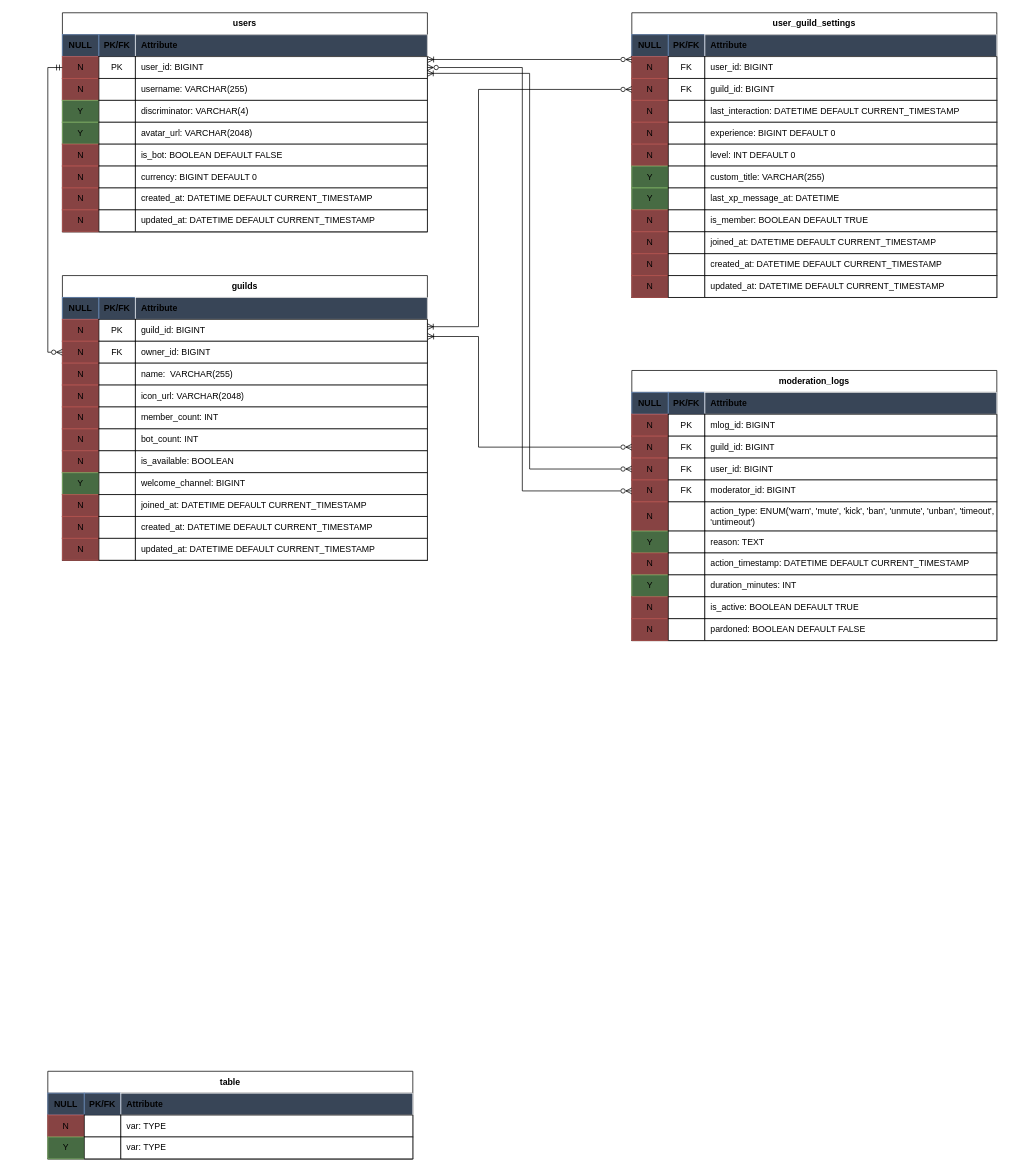
Before: database/diagram.drawio in DeprecatedLogic/shirayume, a draw.io diagram. Source tidied: cells renumbered, new cells numbered last; positions are measured from the earlier drawing's top-left corner, leaving out a move shared by most shapes. Both pictures are drawn from the tidied source at 73%, with x=0, y=0 at pixel (47, 12).
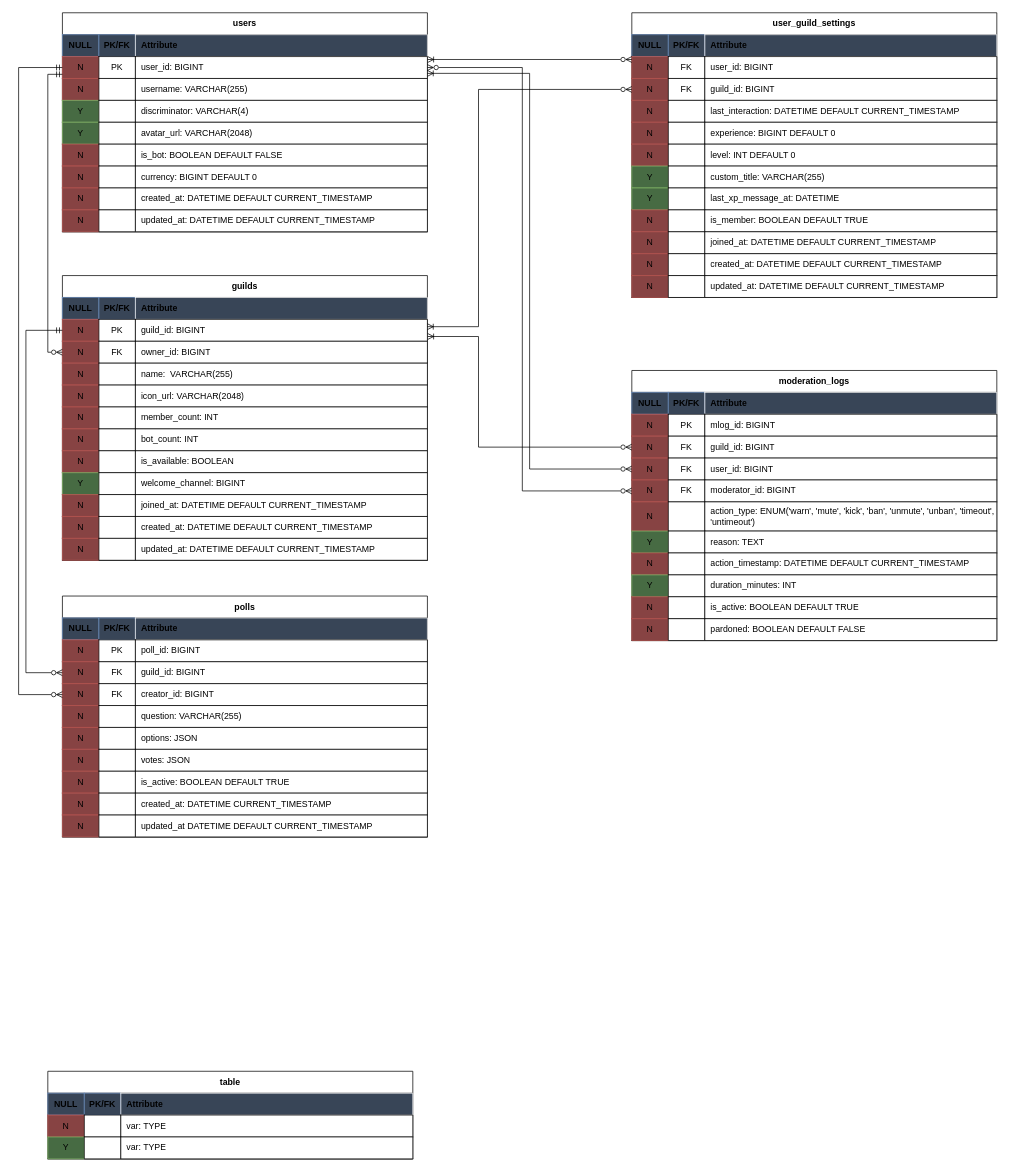
After the change.

Commit message (it also covers changes not shown here):
feat(database): implement polls

The change refers to these unchanged cells:
```xml
<mxCell id="7" style="shape=tableRow;horizontal=0;startSize=0;swimlaneHead=0;swimlaneBody=0;points=[[0,0.5],[1,0.5]];portConstraint=eastwest;top=0;left=0;right=0;bottom=1;html=1;fillColor=none;" parent="2" vertex="1">
  <mxGeometry y="60" width="500" height="30" as="geometry" />
</mxCell>
<mxCell id="44" style="shape=tableRow;horizontal=0;startSize=0;swimlaneHead=0;swimlaneBody=0;points=[[0,0.5],[1,0.5]];portConstraint=eastwest;top=0;left=0;right=0;bottom=1;html=1;fillColor=none;" parent="39" vertex="1">
  <mxGeometry y="60" width="500" height="30" as="geometry" />
</mxCell>
<mxCell id="48" style="shape=tableRow;horizontal=0;startSize=0;swimlaneHead=0;swimlaneBody=0;points=[[0,0.5],[1,0.5]];portConstraint=eastwest;top=0;left=0;right=0;bottom=1;html=1;fillColor=none;" parent="39" vertex="1">
  <mxGeometry y="90" width="500" height="30" as="geometry" />
</mxCell>
```

The edit, as a diff of the source:
```diff
@@
-    <mxCell id="199" style="edgeStyle=orthogonalEdgeStyle;rounded=0;jettySize=auto;html=1;exitX=0;exitY=0.5;exitDx=0;exitDy=0;entryX=0;entryY=0.5;entryDx=0;entryDy=0;endArrow=ERmandOne;endFill=0;startArrow=ERzeroToMany;startFill=0;" parent="1" edge="1" source="48" target="7">
+    <mxCell id="199" style="edgeStyle=orthogonalEdgeStyle;rounded=0;jettySize=auto;html=1;exitX=0;exitY=0.5;exitDx=0;exitDy=0;entryX=0;entryY=0.811;entryDx=0;entryDy=0;endArrow=ERmandOne;endFill=0;startArrow=ERzeroToMany;startFill=0;entryPerimeter=0;" parent="1" edge="1" source="48" target="7">
       <mxGeometry relative="1" as="geometry" />
     </mxCell>
@@
+    <mxCell id="201" value="polls" style="shape=table;startSize=30;childLayout=tableLayout;rowLines=0;fontStyle=1;align=center;html=1;whiteSpace=wrap;fillColor=light-dark(#FFFFFF,#36486B);" parent="1" vertex="1">
+      <mxGeometry x="20" y="799" width="500" height="330" as="geometry" />
+    </mxCell>
+    <mxCell id="202" style="shape=tableRow;horizontal=0;startSize=0;swimlaneHead=0;swimlaneBody=0;top=0;left=0;right=0;bottom=0;html=1;fillColor=none;" parent="201" vertex="1">
+      <mxGeometry y="30" width="500" height="30" as="geometry" />
+    </mxCell>
+    <mxCell id="203" value="NULL" style="shape=partialRectangle;top=1;left=1;bottom=1;right=1;fontStyle=1;overflow=hidden;html=1;whiteSpace=wrap;fillColor=light-dark(#384557,#384557);strokeColor=light-dark(#6C8EBF,#FFFFFF);" parent="202" vertex="1">
+      <mxGeometry width="50" height="30" as="geometry" />
+    </mxCell>
+    <mxCell id="204" value="PK/FK" style="shape=partialRectangle;top=1;left=1;bottom=1;right=1;fontStyle=1;overflow=hidden;html=1;whiteSpace=wrap;fillColor=light-dark(#384557,#384557);strokeColor=light-dark(#6C8EBF,#FFFFFF);" parent="202" vertex="1">
+      <mxGeometry x="50" width="50" height="30" as="geometry" />
+    </mxCell>
+    <mxCell id="205" value="Attribute" style="shape=partialRectangle;top=1;left=1;bottom=1;right=1;align=left;spacingLeft=6;fontStyle=1;overflow=hidden;html=1;whiteSpace=wrap;fillColor=light-dark(#384557,#384557);strokeColor=#FFFFFF;" parent="202" vertex="1">
+      <mxGeometry x="100" width="400" height="30" as="geometry" />
+    </mxCell>
+    <mxCell id="206" style="shape=tableRow;horizontal=0;startSize=0;swimlaneHead=0;swimlaneBody=0;top=0;left=0;right=0;bottom=1;html=1;fillColor=none;" parent="201" vertex="1">
+      <mxGeometry y="60" width="500" height="30" as="geometry" />
+    </mxCell>
+    <mxCell id="207" value="N" style="shape=partialRectangle;top=1;left=1;bottom=1;right=1;fontStyle=0;overflow=hidden;html=1;whiteSpace=wrap;fillColor=light-dark(#874343,#874343);strokeColor=#b85450;fillStyle=auto;" parent="206" vertex="1">
+      <mxGeometry width="50" height="30" as="geometry" />
+    </mxCell>
+    <mxCell id="208" value="PK" style="shape=partialRectangle;top=1;left=1;bottom=1;right=1;fontStyle=0;overflow=hidden;html=1;whiteSpace=wrap;fillColor=default;" parent="206" vertex="1">
+      <mxGeometry x="50" width="50" height="30" as="geometry" />
+    </mxCell>
+    <mxCell id="209" value="poll_id: BIGINT" style="shape=partialRectangle;top=1;left=1;bottom=1;right=1;align=left;spacingLeft=6;fontStyle=0;overflow=hidden;html=1;whiteSpace=wrap;fillColor=default;" parent="206" vertex="1">
+      <mxGeometry x="100" width="400" height="30" as="geometry" />
+    </mxCell>
+    <mxCell id="210" style="shape=tableRow;horizontal=0;startSize=0;swimlaneHead=0;swimlaneBody=0;points=[[0,0.5],[1,0.5]];portConstraint=eastwest;top=0;left=0;right=0;bottom=1;html=1;fillColor=none;" parent="201" vertex="1">
+      <mxGeometry y="90" width="500" height="30" as="geometry" />
+    </mxCell>
+    <mxCell id="211" value="N" style="shape=partialRectangle;top=1;left=1;bottom=1;right=1;fontStyle=0;overflow=hidden;html=1;whiteSpace=wrap;fillColor=light-dark(#874343,#874343);strokeColor=#b85450;fillStyle=auto;" parent="210" vertex="1">
+      <mxGeometry width="50" height="30" as="geometry" />
+    </mxCell>
+    <mxCell id="212" value="FK" style="shape=partialRectangle;top=1;left=1;bottom=1;right=1;fontStyle=0;overflow=hidden;html=1;whiteSpace=wrap;fillColor=default;" parent="210" vertex="1">
+      <mxGeometry x="50" width="50" height="30" as="geometry" />
+    </mxCell>
+    <mxCell id="213" value="guild_id: BIGINT" style="shape=partialRectangle;top=1;left=1;bottom=1;right=1;align=left;spacingLeft=6;fontStyle=0;overflow=hidden;html=1;whiteSpace=wrap;fillColor=default;" parent="210" vertex="1">
+      <mxGeometry x="100" width="400" height="30" as="geometry" />
+    </mxCell>
+    <mxCell id="214" style="shape=tableRow;horizontal=0;startSize=0;swimlaneHead=0;swimlaneBody=0;points=[[0,0.5],[1,0.5]];portConstraint=eastwest;top=0;left=0;right=0;bottom=1;html=1;fillColor=none;" parent="201" vertex="1">
+      <mxGeometry y="120" width="500" height="30" as="geometry" />
+    </mxCell>
+    <mxCell id="215" value="N" style="shape=partialRectangle;top=1;left=1;bottom=1;right=1;fontStyle=0;overflow=hidden;html=1;whiteSpace=wrap;fillColor=light-dark(#874343,#874343);strokeColor=#b85450;fillStyle=auto;" parent="214" vertex="1">
+      <mxGeometry width="50" height="30" as="geometry" />
+    </mxCell>
+    <mxCell id="216" value="FK" style="shape=partialRectangle;top=1;left=1;bottom=1;right=1;fontStyle=0;overflow=hidden;html=1;whiteSpace=wrap;fillColor=default;" parent="214" vertex="1">
+      <mxGeometry x="50" width="50" height="30" as="geometry" />
+    </mxCell>
+    <mxCell id="217" value="creator_id: BIGINT" style="shape=partialRectangle;top=1;left=1;bottom=1;right=1;align=left;spacingLeft=6;fontStyle=0;overflow=hidden;html=1;whiteSpace=wrap;fillColor=default;" parent="214" vertex="1">
+      <mxGeometry x="100" width="400" height="30" as="geometry" />
+    </mxCell>
+    <mxCell id="218" style="shape=tableRow;horizontal=0;startSize=0;swimlaneHead=0;swimlaneBody=0;top=0;left=0;right=0;bottom=1;html=1;fillColor=none;" parent="201" vertex="1">
+      <mxGeometry y="150" width="500" height="30" as="geometry" />
+    </mxCell>
+    <mxCell id="219" value="N" style="shape=partialRectangle;top=1;left=1;bottom=1;right=1;fontStyle=0;overflow=hidden;html=1;whiteSpace=wrap;fillColor=light-dark(#874343,#874343);strokeColor=#b85450;fillStyle=auto;" parent="218" vertex="1">
+      <mxGeometry width="50" height="30" as="geometry" />
+    </mxCell>
+    <mxCell id="220" style="shape=partialRectangle;top=1;left=1;bottom=1;right=1;fontStyle=0;overflow=hidden;html=1;whiteSpace=wrap;fillColor=default;" parent="218" vertex="1">
+      <mxGeometry x="50" width="50" height="30" as="geometry" />
+    </mxCell>
+    <mxCell id="221" value="question: VARCHAR(255)" style="shape=partialRectangle;top=1;left=1;bottom=1;right=1;align=left;spacingLeft=6;fontStyle=0;overflow=hidden;html=1;whiteSpace=wrap;fillColor=default;" parent="218" vertex="1">
+      <mxGeometry x="100" width="400" height="30" as="geometry" />
+    </mxCell>
+    <mxCell id="222" style="shape=tableRow;horizontal=0;startSize=0;swimlaneHead=0;swimlaneBody=0;top=0;left=0;right=0;bottom=1;html=1;fillColor=none;" parent="201" vertex="1">
+      <mxGeometry y="180" width="500" height="30" as="geometry" />
+    </mxCell>
+    <mxCell id="223" value="N" style="shape=partialRectangle;top=1;left=1;bottom=1;right=1;fontStyle=0;overflow=hidden;html=1;whiteSpace=wrap;fillColor=light-dark(#874343,#874343);strokeColor=#b85450;fillStyle=auto;" parent="222" vertex="1">
+      <mxGeometry width="50" height="30" as="geometry" />
+    </mxCell>
+    <mxCell id="224" style="shape=partialRectangle;top=1;left=1;bottom=1;right=1;fontStyle=0;overflow=hidden;html=1;whiteSpace=wrap;fillColor=default;" parent="222" vertex="1">
+      <mxGeometry x="50" width="50" height="30" as="geometry" />
+    </mxCell>
+    <mxCell id="225" value="options: JSON" style="shape=partialRectangle;top=1;left=1;bottom=1;right=1;align=left;spacingLeft=6;fontStyle=0;overflow=hidden;html=1;whiteSpace=wrap;fillColor=default;" parent="222" vertex="1">
+      <mxGeometry x="100" width="400" height="30" as="geometry" />
+    </mxCell>
+    <mxCell id="226" style="shape=tableRow;horizontal=0;startSize=0;swimlaneHead=0;swimlaneBody=0;top=0;left=0;right=0;bottom=1;html=1;fillColor=none;" parent="201" vertex="1">
+      <mxGeometry y="210" width="500" height="30" as="geometry" />
+    </mxCell>
+    <mxCell id="227" value="N" style="shape=partialRectangle;top=1;left=1;bottom=1;right=1;fontStyle=0;overflow=hidden;html=1;whiteSpace=wrap;fillColor=light-dark(#874343,#874343);strokeColor=#b85450;fillStyle=auto;" parent="226" vertex="1">
+      <mxGeometry width="50" height="30" as="geometry" />
+    </mxCell>
+    <mxCell id="228" style="shape=partialRectangle;top=1;left=1;bottom=1;right=1;fontStyle=0;overflow=hidden;html=1;whiteSpace=wrap;fillColor=default;" parent="226" vertex="1">
+      <mxGeometry x="50" width="50" height="30" as="geometry" />
+    </mxCell>
+    <mxCell id="229" value="votes: JSON" style="shape=partialRectangle;top=1;left=1;bottom=1;right=1;align=left;spacingLeft=6;fontStyle=0;overflow=hidden;html=1;whiteSpace=wrap;fillColor=default;" parent="226" vertex="1">
+      <mxGeometry x="100" width="400" height="30" as="geometry" />
+    </mxCell>
+    <mxCell id="230" style="shape=tableRow;horizontal=0;startSize=0;swimlaneHead=0;swimlaneBody=0;top=0;left=0;right=0;bottom=1;html=1;fillColor=none;" parent="201" vertex="1">
+      <mxGeometry y="240" width="500" height="30" as="geometry" />
+    </mxCell>
+    <mxCell id="231" value="N" style="shape=partialRectangle;top=1;left=1;bottom=1;right=1;fontStyle=0;overflow=hidden;html=1;whiteSpace=wrap;fillColor=light-dark(#874343,#874343);strokeColor=#b85450;fillStyle=auto;" parent="230" vertex="1">
+      <mxGeometry width="50" height="30" as="geometry" />
+    </mxCell>
+    <mxCell id="232" style="shape=partialRectangle;top=1;left=1;bottom=1;right=1;fontStyle=0;overflow=hidden;html=1;whiteSpace=wrap;fillColor=default;" parent="230" vertex="1">
+      <mxGeometry x="50" width="50" height="30" as="geometry" />
+    </mxCell>
+    <mxCell id="233" value="is_active: BOOLEAN DEFAULT TRUE" style="shape=partialRectangle;top=1;left=1;bottom=1;right=1;align=left;spacingLeft=6;fontStyle=0;overflow=hidden;html=1;whiteSpace=wrap;fillColor=default;" parent="230" vertex="1">
+      <mxGeometry x="100" width="400" height="30" as="geometry" />
+    </mxCell>
+    <mxCell id="234" style="shape=tableRow;horizontal=0;startSize=0;swimlaneHead=0;swimlaneBody=0;top=0;left=0;right=0;bottom=1;html=1;fillColor=none;" parent="201" vertex="1">
+      <mxGeometry y="270" width="500" height="30" as="geometry" />
+    </mxCell>
+    <mxCell id="235" value="N" style="shape=partialRectangle;top=1;left=1;bottom=1;right=1;fontStyle=0;overflow=hidden;html=1;whiteSpace=wrap;fillColor=light-dark(#874343,#874343);strokeColor=#b85450;fillStyle=auto;" parent="234" vertex="1">
+      <mxGeometry width="50" height="30" as="geometry" />
+    </mxCell>
+    <mxCell id="236" style="shape=partialRectangle;top=1;left=1;bottom=1;right=1;fontStyle=0;overflow=hidden;html=1;whiteSpace=wrap;fillColor=default;" parent="234" vertex="1">
+      <mxGeometry x="50" width="50" height="30" as="geometry" />
+    </mxCell>
+    <mxCell id="237" value="created_at: DATETIME CURRENT_TIMESTAMP" style="shape=partialRectangle;top=1;left=1;bottom=1;right=1;align=left;spacingLeft=6;fontStyle=0;overflow=hidden;html=1;whiteSpace=wrap;fillColor=default;" parent="234" vertex="1">
+      <mxGeometry x="100" width="400" height="30" as="geometry" />
+    </mxCell>
+    <mxCell id="238" style="shape=tableRow;horizontal=0;startSize=0;swimlaneHead=0;swimlaneBody=0;top=0;left=0;right=0;bottom=1;html=1;fillColor=none;" parent="201" vertex="1">
+      <mxGeometry y="300" width="500" height="30" as="geometry" />
+    </mxCell>
+    <mxCell id="239" value="N" style="shape=partialRectangle;top=1;left=1;bottom=1;right=1;fontStyle=0;overflow=hidden;html=1;whiteSpace=wrap;fillColor=light-dark(#874343,#874343);strokeColor=#b85450;fillStyle=auto;" parent="238" vertex="1">
+      <mxGeometry width="50" height="30" as="geometry" />
+    </mxCell>
+    <mxCell id="240" style="shape=partialRectangle;top=1;left=1;bottom=1;right=1;fontStyle=0;overflow=hidden;html=1;whiteSpace=wrap;fillColor=default;" parent="238" vertex="1">
+      <mxGeometry x="50" width="50" height="30" as="geometry" />
+    </mxCell>
+    <mxCell id="241" value="updated_at DATETIME DEFAULT CURRENT_TIMESTAMP" style="shape=partialRectangle;top=1;left=1;bottom=1;right=1;align=left;spacingLeft=6;fontStyle=0;overflow=hidden;html=1;whiteSpace=wrap;fillColor=default;" parent="238" vertex="1">
+      <mxGeometry x="100" width="400" height="30" as="geometry" />
+    </mxCell>
+    <mxCell id="242" style="edgeStyle=orthogonalEdgeStyle;rounded=0;jettySize=auto;html=1;exitX=0;exitY=0.5;exitDx=0;exitDy=0;entryX=0;entryY=0.5;entryDx=0;entryDy=0;endArrow=ERmandOne;endFill=0;startArrow=ERzeroToMany;startFill=0;" parent="1" edge="1" source="210" target="44">
+      <mxGeometry relative="1" as="geometry">
+        <Array as="points">
+          <mxPoint x="-30" y="904" />
+          <mxPoint x="-30" y="435" />
+        </Array>
+      </mxGeometry>
+    </mxCell>
+    <mxCell id="243" style="edgeStyle=orthogonalEdgeStyle;rounded=0;jettySize=auto;html=1;exitX=0;exitY=0.5;exitDx=0;exitDy=0;entryX=0;entryY=0.5;entryDx=0;entryDy=0;endArrow=ERmandOne;endFill=0;startArrow=ERzeroToMany;startFill=0;" parent="1" edge="1" source="214" target="7">
+      <mxGeometry relative="1" as="geometry">
+        <Array as="points">
+          <mxPoint x="-40" y="934" />
+          <mxPoint x="-40" y="75" />
+          <mxPoint x="10" y="75" />
+          <mxPoint x="10" y="75" />
+        </Array>
+      </mxGeometry>
+    </mxCell>
```
